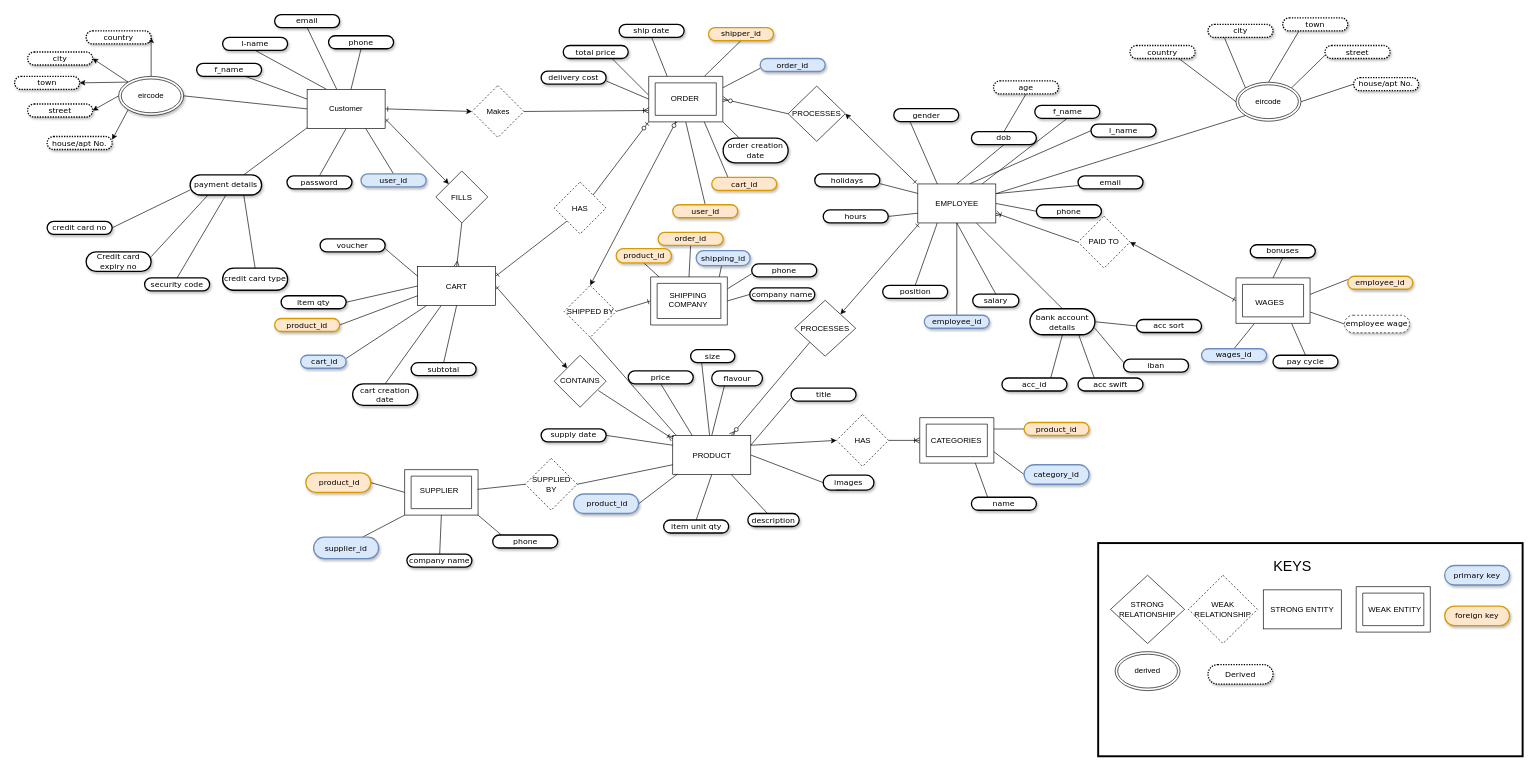
GearoidDC/Automate_the_Boring_Stuff_Examples keeps this draw.io diagram as Untitled Diagram.drawio. Above is the earlier version. Source tidied: cells renumbered, new cells numbered last; positions are measured from the earlier drawing's top-left corner, leaving out a move shared by most shapes. Both pictures are drawn from the tidied source at 65%, with x=0, y=0 at pixel (14, 14).
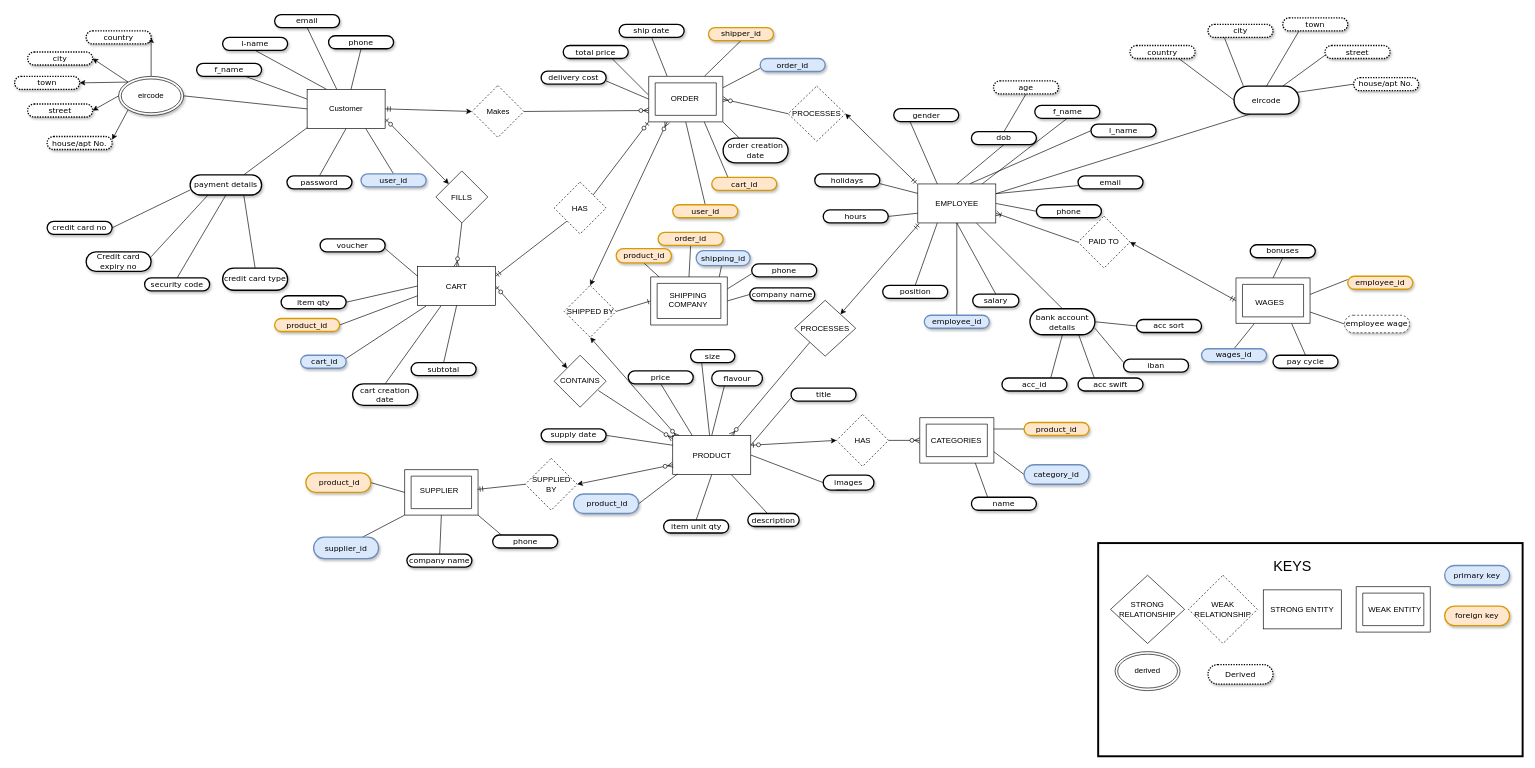
The same page after the edit.

The change refers to these unchanged cells:
```xml
<mxCell id="28" value="Customer" style="rounded=0;whiteSpace=wrap;html=1;" parent="1" vertex="1">
  <mxGeometry x="450" y="115" width="120" height="60" as="geometry" />
</mxCell>
<mxCell id="54" value="SHIPPED BY" style="rhombus;whiteSpace=wrap;html=1;dashed=1;" parent="1" vertex="1">
  <mxGeometry x="845.5" y="416.5" width="80" height="80" as="geometry" />
</mxCell>
<mxCell id="78" value="PAID TO" style="rhombus;whiteSpace=wrap;html=1;dashed=1;" parent="1" vertex="1">
  <mxGeometry x="1636" y="310" width="80" height="80" as="geometry" />
</mxCell>
<mxCell id="88" value="Makes" style="rhombus;whiteSpace=wrap;html=1;dashed=1;" parent="1" vertex="1">
  <mxGeometry x="703.5" y="109" width="80" height="80" as="geometry" />
</mxCell>
<mxCell id="90" value="FILLS" style="rhombus;whiteSpace=wrap;html=1;" parent="1" vertex="1">
  <mxGeometry x="648" y="240.5" width="80" height="80" as="geometry" />
</mxCell>
<mxCell id="94" value="CART" style="rounded=0;whiteSpace=wrap;html=1;" parent="1" vertex="1">
  <mxGeometry x="620" y="387.5" width="120" height="60" as="geometry" />
</mxCell>
<mxCell id="110" value="PRODUCT" style="rounded=0;whiteSpace=wrap;html=1;" parent="1" vertex="1">
  <mxGeometry x="1012.5" y="647.5" width="120" height="60" as="geometry" />
</mxCell>
<mxCell id="112" value="CONTAINS" style="rhombus;whiteSpace=wrap;html=1;" parent="1" vertex="1">
  <mxGeometry x="830" y="524" width="80" height="80" as="geometry" />
</mxCell>
<mxCell id="114" value="HAS" style="rhombus;whiteSpace=wrap;html=1;dashed=1;" parent="1" vertex="1">
  <mxGeometry x="830" y="257.5" width="80" height="80" as="geometry" />
</mxCell>
<mxCell id="127" value="PROCESSES" style="rhombus;whiteSpace=wrap;html=1;" parent="1" vertex="1">
  <mxGeometry x="1200" y="439.5" width="94" height="86" as="geometry" />
</mxCell>
<mxCell id="129" value="HAS" style="rhombus;whiteSpace=wrap;html=1;dashed=1;" parent="1" vertex="1">
  <mxGeometry x="1264.5" y="615" width="80" height="80" as="geometry" />
</mxCell>
<mxCell id="130" style="verticalLabelPosition=bottom;verticalAlign=top;html=1;shape=mxgraph.basic.frame;dx=10;" parent="1" vertex="1">
  <mxGeometry x="1392.5" y="620" width="114" height="70" as="geometry" />
</mxCell>
<mxCell id="144" value="EMPLOYEE" style="rounded=0;whiteSpace=wrap;html=1;" parent="1" vertex="1">
  <mxGeometry x="1389.5" y="260.5" width="120" height="60" as="geometry" />
</mxCell>
<mxCell id="147" style="verticalLabelPosition=bottom;verticalAlign=top;html=1;shape=mxgraph.basic.frame;dx=10;" parent="1" vertex="1">
  <mxGeometry x="975.5" y="95" width="114" height="70" as="geometry" />
</mxCell>
<mxCell id="154" value="&lt;span&gt;house/apt No.&lt;/span&gt;" style="whiteSpace=wrap;html=1;rounded=1;shadow=1;comic=0;labelBackgroundColor=none;strokeColor=#000000;strokeWidth=2;fillColor=#FFFFFF;fontFamily=Verdana;fontSize=12;fontColor=#000000;align=center;arcSize=50;dashed=1;dashPattern=1 1;" parent="1" vertex="1">
  <mxGeometry x="2060" y="97" width="100" height="20" as="geometry" />
</mxCell>
<mxCell id="157" value="&lt;span&gt;street&lt;/span&gt;" style="whiteSpace=wrap;html=1;rounded=1;shadow=1;comic=0;labelBackgroundColor=none;strokeColor=#000000;strokeWidth=2;fillColor=#FFFFFF;fontFamily=Verdana;fontSize=12;fontColor=#000000;align=center;arcSize=50;dashed=1;dashPattern=1 1;" parent="1" vertex="1">
  <mxGeometry x="2016" y="47.5" width="100" height="20" as="geometry" />
</mxCell>
<mxCell id="159" value="&lt;span&gt;city&lt;/span&gt;" style="whiteSpace=wrap;html=1;rounded=1;shadow=1;comic=0;labelBackgroundColor=none;strokeColor=#000000;strokeWidth=2;fillColor=#FFFFFF;fontFamily=Verdana;fontSize=12;fontColor=#000000;align=center;arcSize=50;dashed=1;dashPattern=1 1;" parent="1" vertex="1">
  <mxGeometry x="1836" y="15" width="100" height="20" as="geometry" />
</mxCell>
<mxCell id="167" style="verticalLabelPosition=bottom;verticalAlign=top;html=1;shape=mxgraph.basic.frame;dx=10;" parent="1" vertex="1">
  <mxGeometry x="1879" y="405" width="114" height="70" as="geometry" />
</mxCell>
<mxCell id="185" style="verticalLabelPosition=bottom;verticalAlign=top;html=1;shape=mxgraph.basic.frame;dx=10;" parent="1" vertex="1">
  <mxGeometry x="600" y="700" width="113" height="70" as="geometry" />
</mxCell>
<mxCell id="193" value="SUPPLIED BY" style="rhombus;whiteSpace=wrap;html=1;dashed=1;" parent="1" vertex="1">
  <mxGeometry x="785.5" y="682.5" width="80" height="80" as="geometry" />
</mxCell>
```

Diff of the diagram source:
```diff
@@
-    <mxCell id="24" style="edgeStyle=none;rounded=0;jettySize=auto;html=1;exitX=1;exitY=0.5;exitDx=0;exitDy=0;entryX=0;entryY=0.5;entryDx=0;entryDy=0;endArrow=classic;endFill=1;startArrow=ERone;startFill=0;" parent="1" edge="1" source="28" target="88">
+    <mxCell id="24" style="edgeStyle=none;rounded=0;jettySize=auto;html=1;exitX=1;exitY=0.5;exitDx=0;exitDy=0;entryX=0;entryY=0.5;entryDx=0;entryDy=0;endArrow=classic;endFill=1;startArrow=ERmandOne;startFill=0;" parent="1" edge="1" source="28" target="88">
       <mxGeometry relative="1" as="geometry" />
     </mxCell>
-    <mxCell id="25" style="edgeStyle=none;rounded=0;jettySize=auto;html=1;exitX=1;exitY=0.75;exitDx=0;exitDy=0;entryX=0;entryY=0;entryDx=0;entryDy=0;endArrow=classic;endFill=1;startArrow=ERone;startFill=0;" parent="1" edge="1" source="28" target="90">
+    <mxCell id="25" style="edgeStyle=none;rounded=0;jettySize=auto;html=1;exitX=1;exitY=0.75;exitDx=0;exitDy=0;entryX=0;entryY=0;entryDx=0;entryDy=0;endArrow=classic;endFill=1;startArrow=ERzeroToOne;startFill=1;" parent="1" edge="1" source="28" target="90">
       <mxGeometry relative="1" as="geometry" />
     </mxCell>
@@
-    <mxCell id="53" style="edgeStyle=none;rounded=0;jettySize=auto;html=1;exitX=0.5;exitY=1;exitDx=0;exitDy=0;entryX=0.063;entryY=0.042;entryDx=0;entryDy=0;entryPerimeter=0;startArrow=none;startFill=0;endArrow=none;endFill=0;" parent="1" edge="1" source="54" target="110">
+    <mxCell id="53" style="edgeStyle=none;rounded=0;jettySize=auto;html=1;exitX=0.5;exitY=1;exitDx=0;exitDy=0;entryX=0.063;entryY=0.042;entryDx=0;entryDy=0;entryPerimeter=0;startArrow=classic;startFill=1;endArrow=ERzeroToMany;endFill=1;" parent="1" edge="1" source="54" target="110">
       <mxGeometry relative="1" as="geometry" />
     </mxCell>
@@
-    <mxCell id="55" style="edgeStyle=none;rounded=0;jettySize=auto;html=1;exitX=0.017;exitY=1.017;exitDx=0;exitDy=0;entryX=1;entryY=0;entryDx=0;entryDy=0;startArrow=ERone;startFill=0;endArrow=classic;endFill=1;exitPerimeter=0;" parent="1" edge="1" source="144" target="127">
+    <mxCell id="55" style="edgeStyle=none;rounded=0;jettySize=auto;html=1;exitX=0.017;exitY=1.017;exitDx=0;exitDy=0;entryX=1;entryY=0;entryDx=0;entryDy=0;startArrow=ERmandOne;startFill=0;endArrow=classic;endFill=1;exitPerimeter=0;" parent="1" edge="1" source="144" target="127">
       <mxGeometry relative="1" as="geometry" />
     </mxCell>
@@
-    <mxCell id="63" style="edgeStyle=none;rounded=0;jettySize=auto;html=1;exitX=1;exitY=0;exitDx=0;exitDy=0;entryX=0;entryY=0.75;entryDx=0;entryDy=0;startArrow=none;startFill=0;endArrow=none;endFill=0;" parent="1" edge="1" source="64" target="157">
+    <mxCell id="63" style="edgeStyle=none;rounded=0;jettySize=auto;html=1;exitX=0.75;exitY=0;exitDx=0;exitDy=0;entryX=0;entryY=0.75;entryDx=0;entryDy=0;startArrow=none;startFill=0;endArrow=none;endFill=0;" parent="1" edge="1" source="64" target="157">
       <mxGeometry relative="1" as="geometry" />
     </mxCell>
-    <mxCell id="64" value="eircode" style="ellipse;shape=doubleEllipse;whiteSpace=wrap;html=1;" parent="1" vertex="1">
-      <mxGeometry x="1879" y="104" width="100" height="60" as="geometry" />
-    </mxCell>
@@
-    <mxCell id="77" style="edgeStyle=none;rounded=0;jettySize=auto;html=1;exitX=1;exitY=0.5;exitDx=0;exitDy=0;entryX=0;entryY=0.5;entryDx=0;entryDy=0;entryPerimeter=0;startArrow=classic;startFill=1;endArrow=ERone;endFill=0;" parent="1" edge="1" source="78" target="167">
+    <mxCell id="77" style="edgeStyle=none;rounded=0;jettySize=auto;html=1;exitX=1;exitY=0.5;exitDx=0;exitDy=0;entryX=0;entryY=0.5;entryDx=0;entryDy=0;entryPerimeter=0;startArrow=classic;startFill=1;endArrow=ERmandOne;endFill=0;" parent="1" edge="1" source="78" target="167">
       <mxGeometry relative="1" as="geometry" />
     </mxCell>
@@
-    <mxCell id="87" style="edgeStyle=none;rounded=0;jettySize=auto;html=1;exitX=1;exitY=0.5;exitDx=0;exitDy=0;endArrow=ERoneToMany;endFill=0;entryX=0;entryY=0;entryDx=0;entryDy=52.5;entryPerimeter=0;" parent="1" edge="1" source="88" target="147">
+    <mxCell id="87" style="edgeStyle=none;rounded=0;jettySize=auto;html=1;exitX=1;exitY=0.5;exitDx=0;exitDy=0;endArrow=ERzeroToMany;endFill=1;entryX=0;entryY=0;entryDx=0;entryDy=52.5;entryPerimeter=0;" parent="1" edge="1" source="88" target="147">
       <mxGeometry relative="1" as="geometry" />
     </mxCell>
@@
-    <mxCell id="89" style="edgeStyle=none;rounded=0;jettySize=auto;html=1;exitX=0.5;exitY=1;exitDx=0;exitDy=0;entryX=0.5;entryY=0;entryDx=0;entryDy=0;endArrow=ERmany;endFill=0;" parent="1" edge="1" source="90" target="94">
+    <mxCell id="89" style="edgeStyle=none;rounded=0;jettySize=auto;html=1;exitX=0.5;exitY=1;exitDx=0;exitDy=0;entryX=0.5;entryY=0;entryDx=0;entryDy=0;endArrow=ERzeroToMany;endFill=1;" parent="1" edge="1" source="90" target="94">
       <mxGeometry relative="1" as="geometry" />
     </mxCell>
@@
-    <mxCell id="92" style="rounded=0;jettySize=auto;html=1;exitX=1;exitY=0.5;exitDx=0;exitDy=0;entryX=0;entryY=0;entryDx=0;entryDy=0;startArrow=ERone;startFill=0;endArrow=classic;endFill=1;" parent="1" edge="1" source="94" target="112">
+    <mxCell id="92" style="rounded=0;jettySize=auto;html=1;exitX=1;exitY=0.5;exitDx=0;exitDy=0;entryX=0;entryY=0;entryDx=0;entryDy=0;startArrow=ERzeroToOne;startFill=1;endArrow=classic;endFill=1;" parent="1" edge="1" source="94" target="112">
       <mxGeometry relative="1" as="geometry" />
     </mxCell>
-    <mxCell id="93" style="edgeStyle=none;rounded=0;jettySize=auto;html=1;exitX=1;exitY=0.25;exitDx=0;exitDy=0;entryX=0;entryY=1;entryDx=0;entryDy=0;startArrow=ERone;startFill=0;endArrow=none;endFill=0;" parent="1" edge="1" source="94" target="114">
+    <mxCell id="93" style="edgeStyle=none;rounded=0;jettySize=auto;html=1;exitX=1;exitY=0.25;exitDx=0;exitDy=0;entryX=0;entryY=1;entryDx=0;entryDy=0;startArrow=ERmandOne;startFill=0;endArrow=none;endFill=0;" parent="1" edge="1" source="94" target="114">
       <mxGeometry relative="1" as="geometry" />
     </mxCell>
@@
-    <mxCell id="108" style="edgeStyle=none;rounded=0;jettySize=auto;html=1;exitX=1;exitY=0.25;exitDx=0;exitDy=0;startArrow=none;startFill=0;endArrow=classic;endFill=1;entryX=0;entryY=0.5;entryDx=0;entryDy=0;" parent="1" edge="1" source="110" target="129">
+    <mxCell id="108" style="edgeStyle=none;rounded=0;jettySize=auto;html=1;exitX=1;exitY=0.25;exitDx=0;exitDy=0;startArrow=ERzeroToOne;startFill=1;endArrow=classic;endFill=1;entryX=0;entryY=0.5;entryDx=0;entryDy=0;" parent="1" edge="1" source="110" target="129">
       <mxGeometry relative="1" as="geometry" />
     </mxCell>
@@
-    <mxCell id="111" style="edgeStyle=none;rounded=0;jettySize=auto;html=1;exitX=0.85;exitY=0.679;exitDx=0;exitDy=0;startArrow=none;startFill=0;endArrow=ERoneToMany;endFill=0;entryX=-0.002;entryY=0.085;entryDx=0;entryDy=0;exitPerimeter=0;entryPerimeter=0;" parent="1" edge="1" source="112" target="110">
+    <mxCell id="111" style="edgeStyle=none;rounded=0;jettySize=auto;html=1;exitX=0.85;exitY=0.679;exitDx=0;exitDy=0;startArrow=none;startFill=0;endArrow=ERzeroToMany;endFill=1;entryX=-0.002;entryY=0.085;entryDx=0;entryDy=0;exitPerimeter=0;entryPerimeter=0;" parent="1" edge="1" source="112" target="110">
       <mxGeometry relative="1" as="geometry" />
     </mxCell>
@@
-    <mxCell id="128" style="edgeStyle=none;rounded=0;jettySize=auto;html=1;exitX=1;exitY=0.5;exitDx=0;exitDy=0;entryX=0;entryY=0.5;entryDx=0;entryDy=0;entryPerimeter=0;startArrow=none;startFill=0;endArrow=ERoneToMany;endFill=0;" parent="1" edge="1" source="129" target="130">
+    <mxCell id="128" style="edgeStyle=none;rounded=0;jettySize=auto;html=1;exitX=1;exitY=0.5;exitDx=0;exitDy=0;entryX=0;entryY=0.5;entryDx=0;entryDy=0;entryPerimeter=0;startArrow=none;startFill=0;endArrow=ERzeroToMany;endFill=1;" parent="1" edge="1" source="129" target="130">
       <mxGeometry relative="1" as="geometry" />
     </mxCell>
@@
-    <mxCell id="141" style="edgeStyle=none;rounded=0;jettySize=auto;html=1;exitX=1;exitY=0.25;exitDx=0;exitDy=0;entryX=0;entryY=1;entryDx=0;entryDy=0;startArrow=none;startFill=0;endArrow=none;endFill=0;" parent="1" edge="1" source="144" target="64">
+    <mxCell id="141" style="edgeStyle=none;rounded=0;jettySize=auto;html=1;exitX=1;exitY=0.25;exitDx=0;exitDy=0;entryX=0.25;entryY=1;entryDx=0;entryDy=0;startArrow=none;startFill=0;endArrow=none;endFill=0;" parent="1" edge="1" source="144" target="64">
       <mxGeometry relative="1" as="geometry" />
     </mxCell>
@@
-    <mxCell id="145" style="edgeStyle=none;rounded=0;jettySize=auto;html=1;exitX=0.39;exitY=0.929;exitDx=0;exitDy=0;exitPerimeter=0;entryX=0.5;entryY=0;entryDx=0;entryDy=0;startArrow=ERzeroToMany;startFill=1;endArrow=classic;endFill=1;" parent="1" edge="1" source="147" target="54">
+    <mxCell id="145" style="edgeStyle=none;rounded=0;jettySize=auto;html=1;exitX=0;exitY=0;exitDx=28.5;exitDy=70;exitPerimeter=0;entryX=0.5;entryY=0;entryDx=0;entryDy=0;startArrow=ERzeroToMany;startFill=1;endArrow=classic;endFill=1;" parent="1" edge="1" source="147" target="54">
       <mxGeometry relative="1" as="geometry" />
     </mxCell>
@@
-    <mxCell id="149" style="edgeStyle=none;rounded=0;jettySize=auto;html=1;exitX=1;exitY=0.5;exitDx=0;exitDy=0;startArrow=classic;startFill=1;endArrow=ERone;endFill=0;" parent="1" edge="1" source="150">
+    <mxCell id="149" style="edgeStyle=none;rounded=0;jettySize=auto;html=1;exitX=1;exitY=0.5;exitDx=0;exitDy=0;startArrow=classic;startFill=1;endArrow=ERmandOne;endFill=0;" parent="1" edge="1" source="150">
       <mxGeometry relative="1" as="geometry">
         <mxPoint x="1388" y="260" as="targetPoint" />
       </mxGeometry>
     </mxCell>
-    <mxCell id="150" value="PROCESSES" style="rhombus;whiteSpace=wrap;html=1;" parent="1" vertex="1">
+    <mxCell id="150" value="PROCESSES" style="rhombus;whiteSpace=wrap;html=1;dashed=1;" parent="1" vertex="1">
       <mxGeometry x="1190" y="110" width="88" height="85" as="geometry" />
     </mxCell>
@@
-    <mxCell id="153" style="edgeStyle=none;rounded=0;jettySize=auto;html=1;exitX=0;exitY=0.5;exitDx=0;exitDy=0;entryX=1;entryY=0.5;entryDx=0;entryDy=0;startArrow=none;startFill=0;endArrow=none;endFill=0;" parent="1" edge="1" source="154" target="64">
-      <mxGeometry relative="1" as="geometry" />
+    <mxCell id="153" style="edgeStyle=none;rounded=0;jettySize=auto;html=1;exitX=0;exitY=0.5;exitDx=0;exitDy=0;startArrow=none;startFill=0;endArrow=none;endFill=0;" parent="1" edge="1" source="154">
+      <mxGeometry relative="1" as="geometry">
+        <mxPoint x="1970" y="120" as="targetPoint" />
+      </mxGeometry>
     </mxCell>
@@
-    <mxCell id="158" style="edgeStyle=none;rounded=0;jettySize=auto;html=1;exitX=0.25;exitY=1;exitDx=0;exitDy=0;entryX=0;entryY=0;entryDx=0;entryDy=0;startArrow=none;startFill=0;endArrow=none;endFill=0;" parent="1" edge="1" source="159" target="64">
+    <mxCell id="158" style="edgeStyle=none;rounded=0;jettySize=auto;html=1;exitX=0.25;exitY=1;exitDx=0;exitDy=0;entryX=0.143;entryY=-0.008;entryDx=0;entryDy=0;startArrow=none;startFill=0;endArrow=none;endFill=0;entryPerimeter=0;" parent="1" edge="1" source="159" target="64">
       <mxGeometry relative="1" as="geometry" />
     </mxCell>
@@
-    <mxCell id="191" style="edgeStyle=none;rounded=0;jettySize=auto;html=1;exitX=0;exitY=0.5;exitDx=0;exitDy=0;entryX=0.992;entryY=0.434;entryDx=0;entryDy=0;entryPerimeter=0;startArrow=none;startFill=0;endArrow=none;endFill=0;" parent="1" edge="1" source="193" target="185">
+    <mxCell id="191" style="edgeStyle=none;rounded=0;jettySize=auto;html=1;exitX=0;exitY=0.5;exitDx=0;exitDy=0;entryX=0.992;entryY=0.434;entryDx=0;entryDy=0;entryPerimeter=0;startArrow=none;startFill=0;endArrow=ERmandOne;endFill=0;" parent="1" edge="1" source="193" target="185">
       <mxGeometry relative="1" as="geometry" />
     </mxCell>
-    <mxCell id="192" style="edgeStyle=none;rounded=0;jettySize=auto;html=1;exitX=1;exitY=0.5;exitDx=0;exitDy=0;entryX=0;entryY=0.75;entryDx=0;entryDy=0;startArrow=none;startFill=0;endArrow=none;endFill=0;" parent="1" edge="1" source="193" target="110">
+    <mxCell id="192" style="edgeStyle=none;rounded=0;jettySize=auto;html=1;exitX=1;exitY=0.5;exitDx=0;exitDy=0;entryX=0;entryY=0.75;entryDx=0;entryDy=0;startArrow=classic;startFill=1;endArrow=ERzeroToMany;endFill=1;" parent="1" edge="1" source="193" target="110">
       <mxGeometry relative="1" as="geometry" />
     </mxCell>
@@
+    <mxCell id="64" value="eircode" style="whiteSpace=wrap;html=1;rounded=1;shadow=1;comic=0;labelBackgroundColor=none;strokeColor=#000000;strokeWidth=2;fillColor=#FFFFFF;fontFamily=Verdana;fontSize=12;fontColor=#000000;align=center;arcSize=50;" parent="1" vertex="1">
+      <mxGeometry x="1876" y="110" width="100" height="43" as="geometry" />
+    </mxCell>
```
